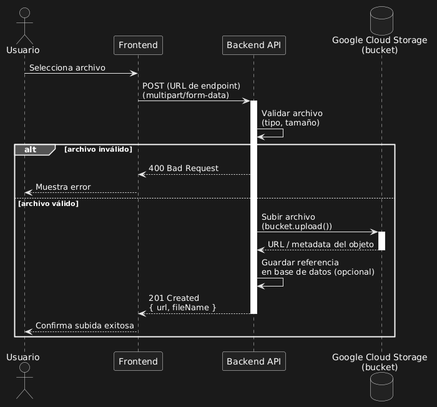
Earlier version of the PlantUML export docs/diagrams/bucket-flow.png (ucupderetos/ucu-talent-infra). Source of this version:
```plantuml
@startuml
actor Usuario as user
participant "Frontend" as fe
participant "Backend API" as api
database "Google Cloud Storage\n(bucket)" as gcs

user -> fe : Selecciona archivo
fe -> api : POST (URL de endpoint)\n(multipart/form-data)
activate api

api -> api : Validar archivo\n(tipo, tamaño)

alt archivo inválido
    api --> fe : 400 Bad Request
    fe --> user : Muestra error
else archivo válido
    api -> gcs : Subir archivo\n(bucket.upload())
    activate gcs
    gcs --> api : URL / metadata del objeto
    deactivate gcs

    api -> api : Guardar referencia\nen base de datos (opcional)

    api --> fe : 201 Created\n{ url, fileName }
    deactivate api
    fe --> user : Confirma subida exitosa
end
@enduml
```
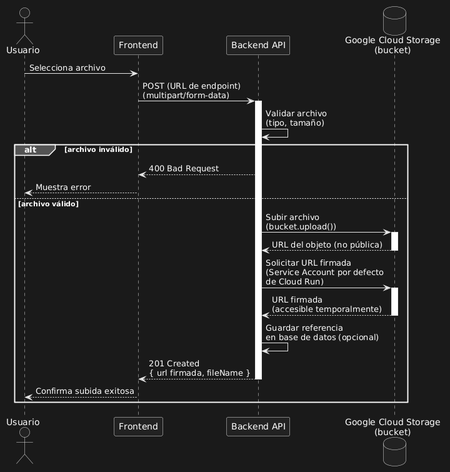
Later version of the same file.

Commit message:
docs(central readme & bucket-flow fix)

Change to the diagram source:
```diff
@@ -16,12 +16,17 @@
 else archivo válido
     api -> gcs : Subir archivo\n(bucket.upload())
     activate gcs
-    gcs --> api : URL / metadata del objeto
+    gcs --> api : URL del objeto (no pública)
+    deactivate gcs
+
+    api -> gcs : Solicitar URL firmada\n(Service Account por defecto\nde Cloud Run)
+    activate gcs
+    gcs --> api : URL firmada\n(accesible temporalmente)
     deactivate gcs
 
     api -> api : Guardar referencia\nen base de datos (opcional)
 
-    api --> fe : 201 Created\n{ url, fileName }
+    api --> fe : 201 Created\n{ url firmada, fileName }
     deactivate api
     fe --> user : Confirma subida exitosa
 end
```
